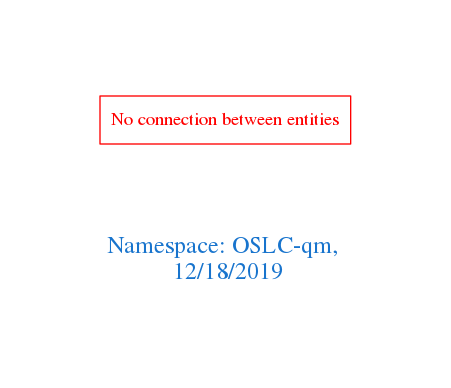
Before: downloads/OSLC-qm.png, a diagram exported from Graphviz (arago/OGIT). Its source is kept beside it as downloads/OSLC-qm.dot.
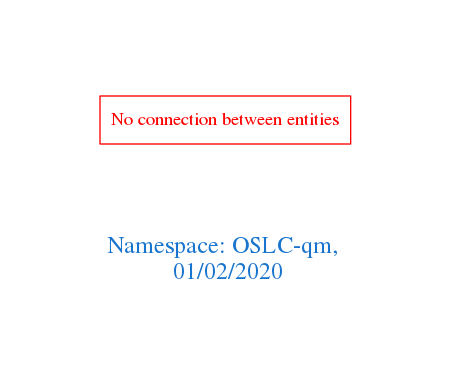
After the commit.

Change to the diagram source:
```diff
@@ -1,7 +1,7 @@
 digraph OGIT_ontology {
  graph [ rankdir= LR,pad=1
 fontsize = 18,
-fontcolor= dodgerblue3,label = "\n\n\nNamespace: OSLC-qm, \n 12/18/2019"];
+fontcolor= dodgerblue3,label = "\n\n\nNamespace: OSLC-qm, \n 01/02/2020"];
 node[shape=polygon];
 edge [  color="gray81"];
 
```
